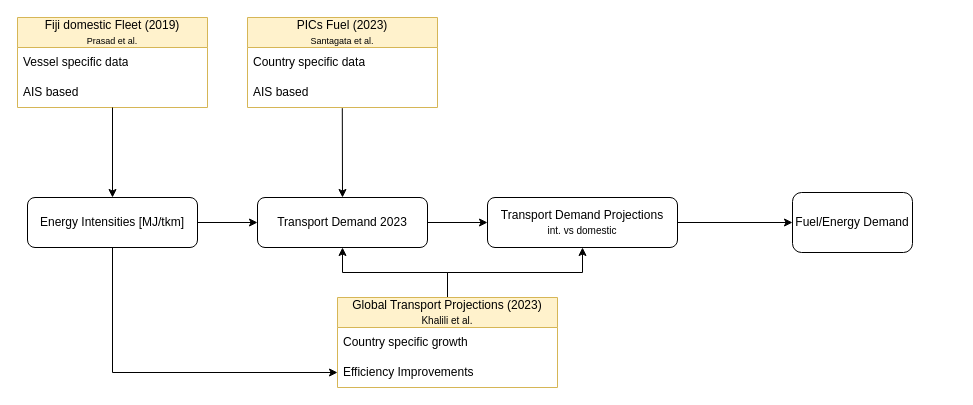
Above: Untitled Diagram.drawio in FOFOS22/SemesterThesis (draw.io), before the change. Source tidied: cells renumbered, new cells numbered last; positions are measured from the earlier drawing's top-left corner, leaving out a move shared by most shapes. Both pictures are drawn from the tidied source at 100%, with x=0, y=0 at pixel (17, 17).
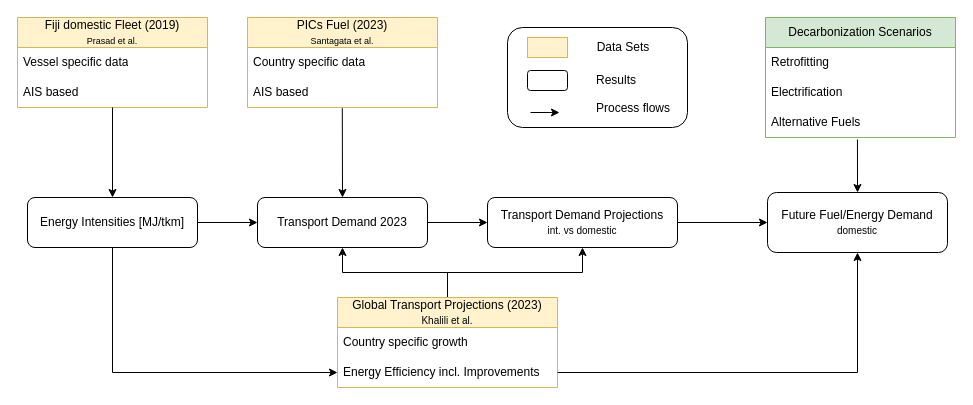
The same page after the edit.

Unchanged cells that the change refers to:
```xml
<mxCell id="16" value="Global Transport Projections (2023)&lt;div&gt;&lt;font style=&quot;font-size: 10px;&quot;&gt;Khalili et al.&lt;/font&gt;&lt;br&gt;&lt;/div&gt;" style="swimlane;fontStyle=0;horizontal=1;startSize=30;whiteSpace=wrap;html=1;fillColor=#fff2cc;strokeColor=#d6b656;" parent="1" vertex="1">
  <mxGeometry x="320" y="280" width="220" height="90" as="geometry" />
</mxCell>
```

Change to the diagram source:
```diff
@@
-    <mxCell id="18" value="Efficiency Improvements" style="text;strokeColor=none;fillColor=none;align=left;verticalAlign=middle;spacingLeft=4;spacingRight=4;overflow=hidden;points=[[0,0.5],[1,0.5]];portConstraint=eastwest;whiteSpace=wrap;html=1;" parent="16" vertex="1">
+    <mxCell id="18" value="Energy Efficiency incl. Improvements" style="text;strokeColor=none;fillColor=none;align=left;verticalAlign=middle;spacingLeft=4;spacingRight=4;overflow=hidden;points=[[0,0.5],[1,0.5]];portConstraint=eastwest;whiteSpace=wrap;html=1;" parent="16" vertex="1">
       <mxGeometry y="60" width="220" height="30" as="geometry" />
     </mxCell>
@@
-    <mxCell id="22" value="Fuel/Energy Demand" style="whiteSpace=wrap;html=1;rounded=1;" parent="1" vertex="1">
-      <mxGeometry x="775" y="175" width="120" height="60" as="geometry" />
+    <mxCell id="22" value="Future Fuel/Energy Demand&lt;div&gt;&lt;font style=&quot;font-size: 10px;&quot;&gt;domestic&lt;/font&gt;&lt;/div&gt;" style="whiteSpace=wrap;html=1;rounded=1;" parent="1" vertex="1">
+      <mxGeometry x="750" y="175" width="180" height="60" as="geometry" />
     </mxCell>
+    <mxCell id="23" style="edgeStyle=orthogonalEdgeStyle;rounded=0;jettySize=auto;html=1;entryX=0.5;entryY=1;entryDx=0;entryDy=0;" parent="1" edge="1" source="18" target="22">
+      <mxGeometry relative="1" as="geometry" />
+    </mxCell>
+    <mxCell id="24" style="rounded=0;jettySize=auto;html=1;entryX=0.5;entryY=0;entryDx=0;entryDy=0;exitX=0.484;exitY=1.067;exitDx=0;exitDy=0;exitPerimeter=0;" parent="1" edge="1" source="28" target="22">
+      <mxGeometry relative="1" as="geometry" />
+    </mxCell>
+    <mxCell id="25" value="Decarbonization Scenarios" style="swimlane;fontStyle=0;horizontal=1;startSize=30;whiteSpace=wrap;html=1;fillColor=#d5e8d4;strokeColor=#82b366;" parent="1" vertex="1">
+      <mxGeometry x="748" width="190" height="120" as="geometry" />
+    </mxCell>
+    <mxCell id="26" value="Retrofitting" style="text;align=left;verticalAlign=middle;spacingLeft=4;spacingRight=4;overflow=hidden;whiteSpace=wrap;html=1;" parent="25" vertex="1">
+      <mxGeometry y="30" width="190" height="30" as="geometry" />
+    </mxCell>
+    <mxCell id="27" value="Electrification" style="text;strokeColor=none;fillColor=none;align=left;verticalAlign=middle;spacingLeft=4;spacingRight=4;overflow=hidden;whiteSpace=wrap;html=1;" parent="25" vertex="1">
+      <mxGeometry y="60" width="190" height="30" as="geometry" />
+    </mxCell>
+    <mxCell id="28" value="Alternative Fuels" style="text;strokeColor=none;fillColor=none;align=left;verticalAlign=middle;spacingLeft=4;spacingRight=4;overflow=hidden;points=[[0,0.5],[1,0.5]];portConstraint=eastwest;whiteSpace=wrap;html=1;" parent="25" vertex="1">
+      <mxGeometry y="90" width="190" height="30" as="geometry" />
+    </mxCell>
+    <mxCell id="29" style="rounded=1;whiteSpace=wrap;html=1;" parent="1" vertex="1">
+      <mxGeometry x="490" y="10" width="180" height="100" as="geometry" />
+    </mxCell>
+    <mxCell id="30" style="rounded=0;whiteSpace=wrap;html=1;fillColor=#fff2cc;strokeColor=#d6b656;" parent="1" vertex="1">
+      <mxGeometry x="510" y="20" width="40" height="20" as="geometry" />
+    </mxCell>
+    <mxCell id="31" value="Data Sets" style="text;html=1;whiteSpace=wrap;strokeColor=none;fillColor=none;align=center;verticalAlign=middle;rounded=0;" parent="1" vertex="1">
+      <mxGeometry x="576" y="15" width="60" height="30" as="geometry" />
+    </mxCell>
+    <mxCell id="32" style="endArrow=classic;html=1;rounded=0;" parent="1" edge="1">
+      <mxGeometry relative="1" as="geometry">
+        <mxPoint x="513" y="95" as="sourcePoint" />
+        <mxPoint x="542" y="95" as="targetPoint" />
+      </mxGeometry>
+    </mxCell>
+    <mxCell id="33" value="Process flows" style="text;html=1;whiteSpace=wrap;strokeColor=none;fillColor=none;align=center;verticalAlign=middle;rounded=0;" parent="1" vertex="1">
+      <mxGeometry x="571" y="76" width="90" height="30" as="geometry" />
+    </mxCell>
+    <mxCell id="34" style="rounded=1;whiteSpace=wrap;html=1;" parent="1" vertex="1">
+      <mxGeometry x="510" y="53" width="40" height="20" as="geometry" />
+    </mxCell>
+    <mxCell id="35" value="Results" style="text;html=1;whiteSpace=wrap;strokeColor=none;fillColor=none;align=center;verticalAlign=middle;rounded=0;" parent="1" vertex="1">
+      <mxGeometry x="569" y="48" width="60" height="30" as="geometry" />
+    </mxCell>
```
